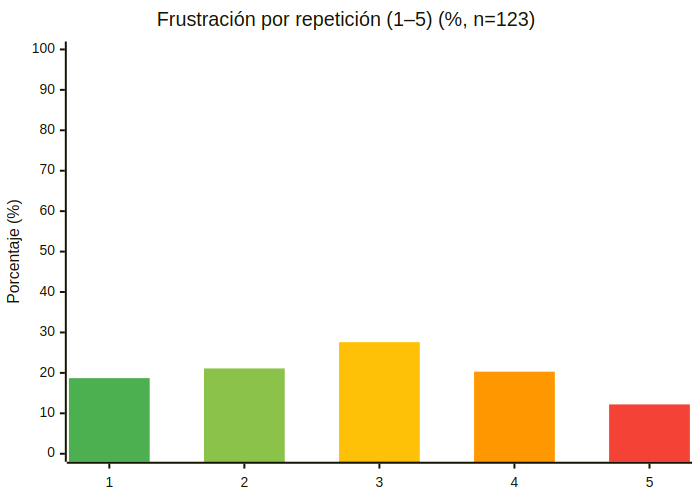
This is images/diagrams/encuesta_frustracion.png from smith-3/Taller-Grado-II, a Mermaid export, as it was before one commit. Its source is kept beside it as images/diagrams/encuesta_frustracion.mmd.
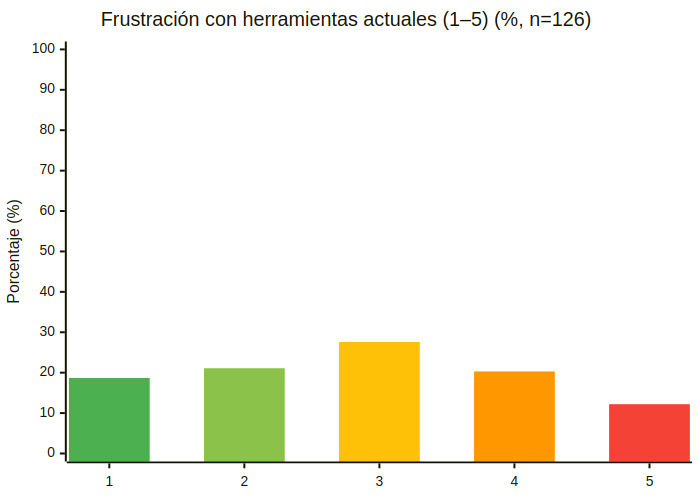
The same diagram one commit later.

Change to the diagram source:
```diff
@@ -7,7 +7,7 @@
   }
 }}%%
 xychart-beta
-    title "Frustración por repetición (1–5) (%, n=123)"
+    title "Frustración con herramientas actuales (1–5) (%, n=126)"
     x-axis ["1", "2", "3", "4", "5"]
     y-axis "Porcentaje (%)" 0 --> 100
     bar [18.7, -1.9, -1.9, -1.9, -1.9]
```
